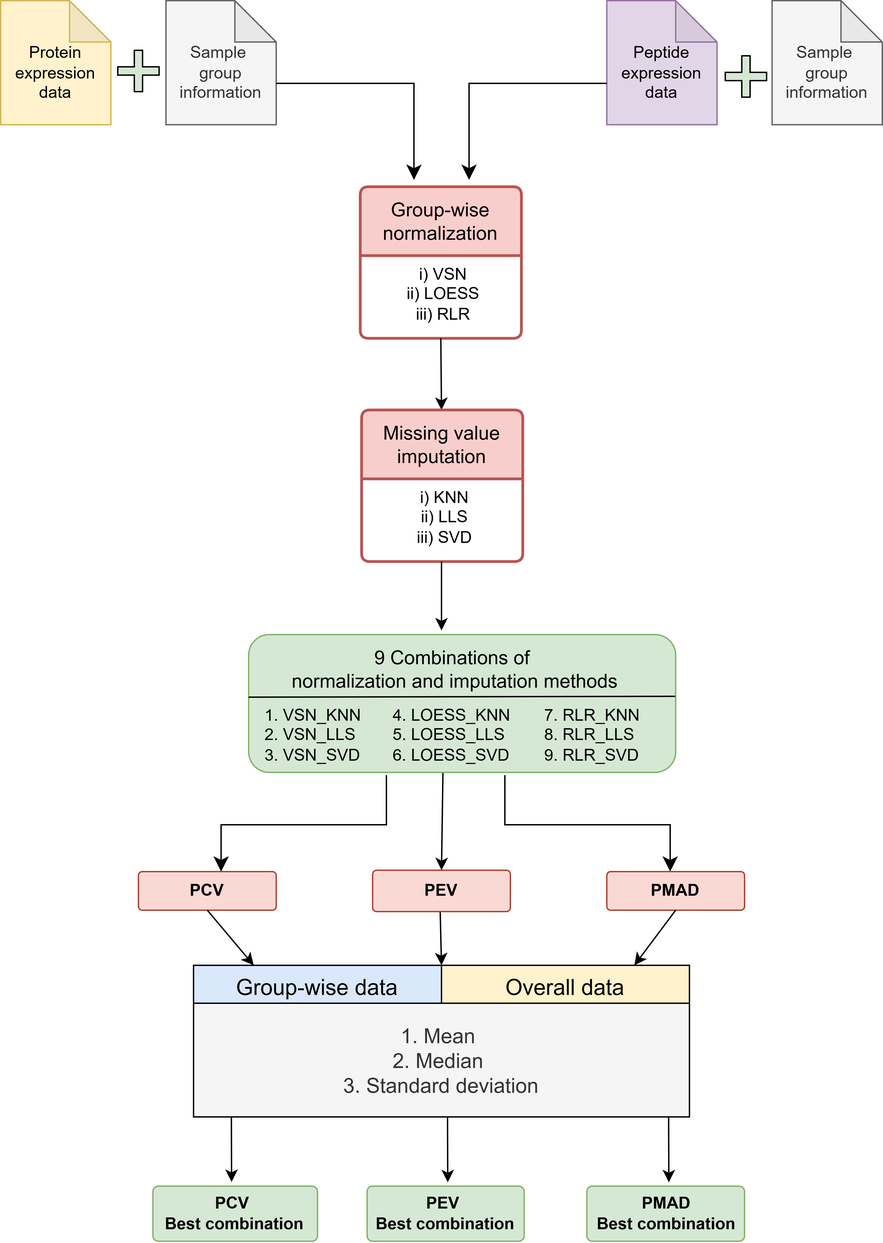
Above: www/graphical_abstract-shiny.png in kabilansbio/lfproQC-shiny (draw.io), before the change. Source tidied: cells renumbered, new cells last; positions are measured from the earlier drawing's top-left corner, leaving out a move shared by most shapes.
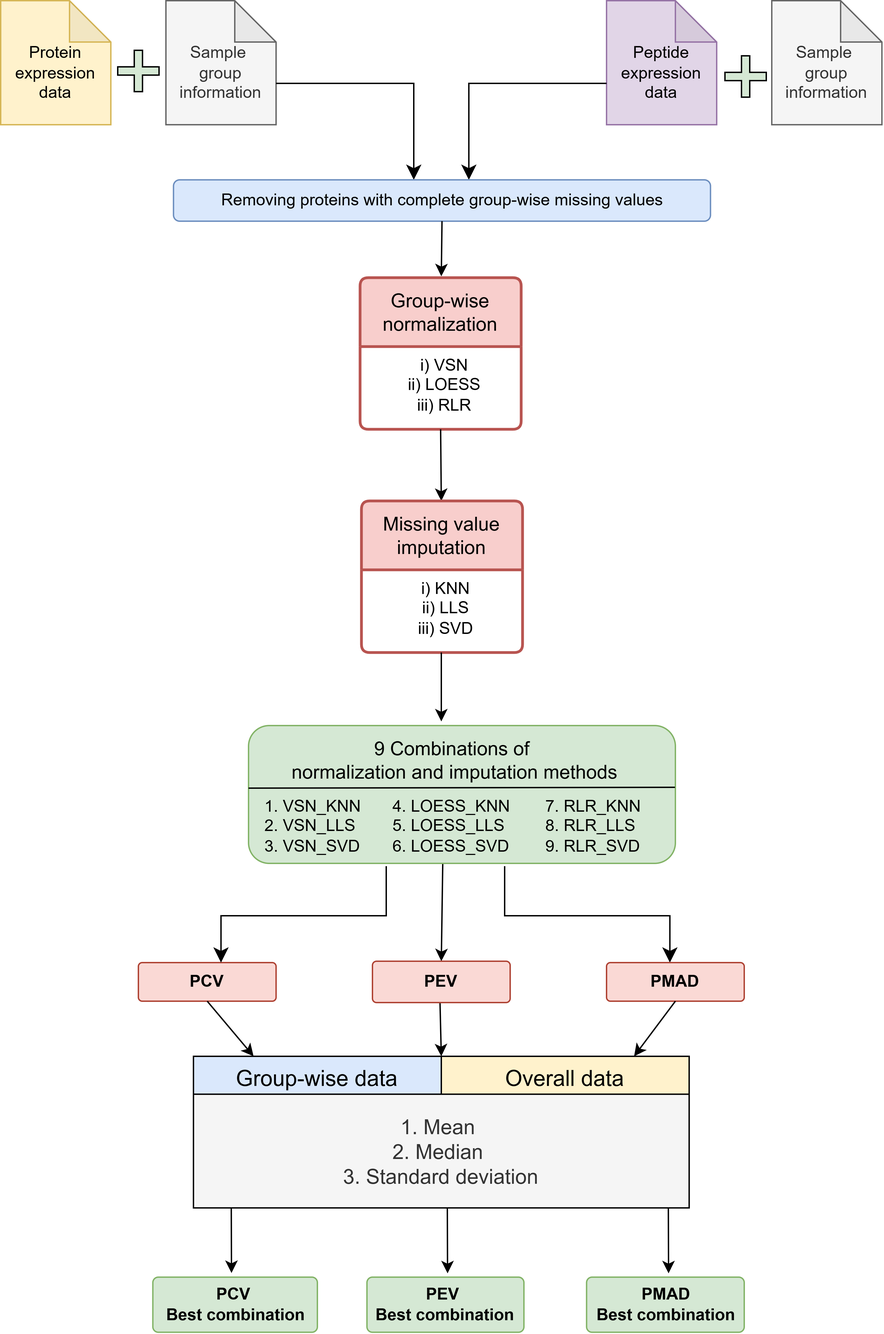
After the commit.

The edit, as a diff of the source:
```diff
@@ -14,40 +14,40 @@
       </mxGeometry>
     </mxCell>
     <mxCell id="3" value="&lt;div&gt;&lt;br&gt;&lt;/div&gt;Protein expression data" style="shape=note;whiteSpace=wrap;html=1;backgroundOutline=1;darkOpacity=0.05;fillColor=#fff2cc;strokeColor=#d6b656;" parent="1" vertex="1">
-      <mxGeometry width="80" height="90" as="geometry" />
+      <mxGeometry y="-66" width="80" height="90" as="geometry" />
     </mxCell>
     <mxCell id="4" value="&lt;div&gt;&lt;br&gt;&lt;/div&gt;Peptide expression data" style="shape=note;whiteSpace=wrap;html=1;backgroundOutline=1;darkOpacity=0.05;fillColor=#e1d5e7;strokeColor=#9673a6;" parent="1" vertex="1">
-      <mxGeometry x="440" width="80" height="90" as="geometry" />
+      <mxGeometry x="440" y="-66" width="80" height="90" as="geometry" />
     </mxCell>
     <mxCell id="5" value="&lt;div&gt;&lt;br&gt;&lt;/div&gt;Sample&amp;nbsp;&lt;div&gt;group information&lt;div&gt;&lt;/div&gt;&lt;/div&gt;" style="shape=note;whiteSpace=wrap;html=1;backgroundOutline=1;darkOpacity=0.05;fillColor=#f5f5f5;fontColor=#333333;strokeColor=#666666;" parent="1" vertex="1">
-      <mxGeometry x="120" width="80" height="90" as="geometry" />
+      <mxGeometry x="120" y="-66" width="80" height="90" as="geometry" />
     </mxCell>
     <mxCell id="6" value="&lt;div&gt;&lt;br&gt;&lt;/div&gt;Sample&amp;nbsp;&lt;div&gt;group information&lt;div&gt;&lt;/div&gt;&lt;/div&gt;" style="shape=note;whiteSpace=wrap;html=1;backgroundOutline=1;darkOpacity=0.05;fillColor=#f5f5f5;fontColor=#333333;strokeColor=#666666;" parent="1" vertex="1">
-      <mxGeometry x="560" width="80" height="90" as="geometry" />
+      <mxGeometry x="560" y="-66" width="80" height="90" as="geometry" />
     </mxCell>
     <mxCell id="7" style="shape=cross;whiteSpace=wrap;html=1;fillColor=#d5e8d4;strokeColor=#000000;" parent="1" vertex="1">
-      <mxGeometry x="526" y="40" width="30" height="30" as="geometry" />
+      <mxGeometry x="526" y="-26" width="30" height="30" as="geometry" />
     </mxCell>
     <mxCell id="8" style="shape=cross;whiteSpace=wrap;html=1;fillColor=#d5e8d4;strokeColor=#000000;" parent="1" vertex="1">
-      <mxGeometry x="85" y="36" width="30" height="30" as="geometry" />
+      <mxGeometry x="85" y="-30" width="30" height="30" as="geometry" />
     </mxCell>
     <mxCell id="9" style="edgeStyle=segmentEdgeStyle;endArrow=classic;html=1;curved=0;rounded=0;endSize=8;startSize=8;exitX=1.029;exitY=0.587;exitDx=0;exitDy=0;exitPerimeter=0;" parent="1" edge="1">
       <mxGeometry relative="1" as="geometry">
-        <mxPoint x="200" y="60" as="sourcePoint" />
-        <mxPoint x="300" y="130" as="targetPoint" />
+        <mxPoint x="200" y="-6" as="sourcePoint" />
+        <mxPoint x="300" y="64" as="targetPoint" />
         <Array as="points">
-          <mxPoint x="300" y="60" />
-          <mxPoint x="300" y="130" />
+          <mxPoint x="300" y="-6" />
+          <mxPoint x="300" y="64" />
         </Array>
       </mxGeometry>
     </mxCell>
     <mxCell id="10" style="edgeStyle=segmentEdgeStyle;endArrow=classic;html=1;curved=0;rounded=0;endSize=8;startSize=8;exitX=1.029;exitY=0.587;exitDx=0;exitDy=0;exitPerimeter=0;" parent="1" edge="1">
       <mxGeometry relative="1" as="geometry">
-        <mxPoint x="440" y="60" as="sourcePoint" />
-        <mxPoint x="340" y="130" as="targetPoint" />
+        <mxPoint x="440" y="-6" as="sourcePoint" />
+        <mxPoint x="340" y="64" as="targetPoint" />
         <Array as="points">
-          <mxPoint x="340" y="60" />
-          <mxPoint x="340" y="130" />
+          <mxPoint x="340" y="-6" />
+          <mxPoint x="340" y="64" />
         </Array>
       </mxGeometry>
     </mxCell>
@@ -225,5 +225,13 @@
     <mxCell id="58" value="PEV" style="rounded=1;arcSize=10;whiteSpace=wrap;html=1;align=center;fillColor=#fad9d5;strokeColor=#ae4132;fontStyle=1;" parent="1" vertex="1">
       <mxGeometry x="270" y="631" width="100" height="30" as="geometry" />
     </mxCell>
+    <mxCell id="59" value="Removing proteins with complete group-wise missing values" style="rounded=1;whiteSpace=wrap;html=1;fillColor=#dae8fc;strokeColor=#6c8ebf;" parent="1" vertex="1">
+      <mxGeometry x="125.5" y="64" width="390" height="30" as="geometry" />
+    </mxCell>
+    <mxCell id="60" style="endArrow=classic;html=1;rounded=0;exitX=0.5;exitY=1;exitDx=0;exitDy=0;" parent="1" edge="1" source="59">
+      <mxGeometry relative="1" as="geometry">
+        <mxPoint x="320" y="134" as="targetPoint" />
+      </mxGeometry>
+    </mxCell>
   </root>
 </mxGraphModel>
```
